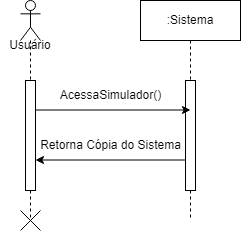
Earlier version of the draw.io export Diagrama_sequencia_simular_home.png (ThePlano/Projeto-CC5511---ENGENHARIA-DE-SOFTWARE). Source tidied: cells renumbered, new cells last; positions are measured from the earlier drawing's top-left corner, leaving out a move shared by most shapes.
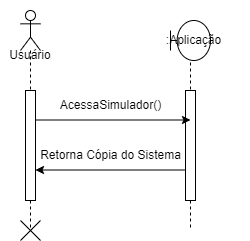
The same file after the commit.

Diff of the diagram source:
```diff
@@ -38,5 +38,11 @@
         <mxPoint x="185" y="159.5" as="targetPoint" />
       </mxGeometry>
     </mxCell>
+    <mxCell id="12" style="rounded=0;whiteSpace=wrap;html=1;strokeColor=none;" parent="1" vertex="1">
+      <mxGeometry x="130" y="-10" width="120" height="60" as="geometry" />
+    </mxCell>
+    <mxCell id="13" value=":Aplicação" style="shape=umlBoundary;whiteSpace=wrap;html=1;" parent="1" vertex="1">
+      <mxGeometry x="170" y="10" width="40" height="40" as="geometry" />
+    </mxCell>
   </root>
 </mxGraphModel>
```
